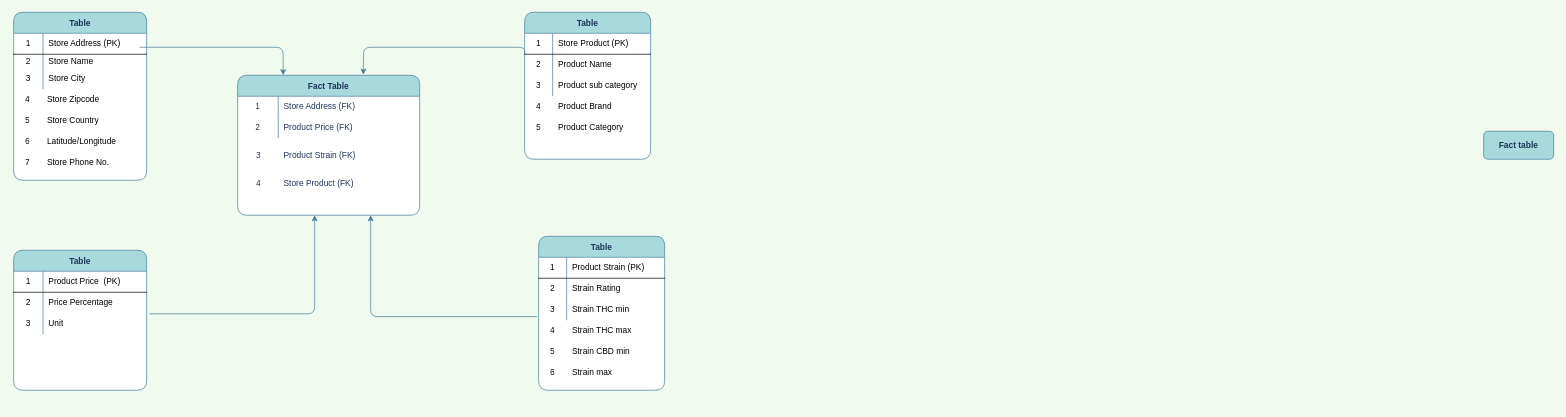
shellys014/Leafly-weed keeps this draw.io diagram as Star schema.drawio. Above is the earlier version. Source tidied: cells renumbered, new cells numbered last; positions are measured from the earlier drawing's top-left corner, leaving out a move shared by most shapes. Both pictures are drawn from the tidied source at 70%, with x=0, y=0 at pixel (13, 12).
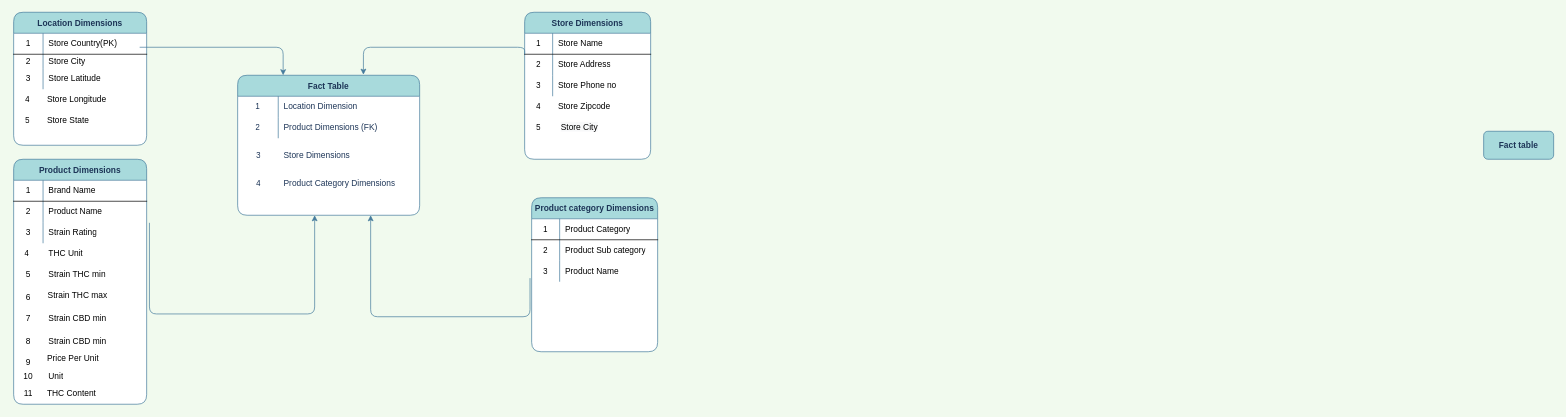
Above is the later version.

The change refers to these unchanged cells:
```xml
<mxCell id="4" style="shape=partialRectangle;html=1;whiteSpace=wrap;fillColor=none;top=0;left=0;bottom=0;right=0;strokeColor=#457B9D;fontColor=#1D3557;rounded=1;" parent="3" vertex="1">
  <mxGeometry y="30" width="260" height="30" as="geometry" />
</mxCell>
<mxCell id="7" style="shape=partialRectangle;html=1;whiteSpace=wrap;fillColor=none;top=0;left=0;bottom=0;right=0;strokeColor=#457B9D;fontColor=#1D3557;rounded=1;" parent="3" vertex="1">
  <mxGeometry y="60" width="260" height="30" as="geometry" />
</mxCell>
<mxCell id="15" style="shape=partialRectangle;html=1;whiteSpace=wrap;fillColor=none;top=0;left=0;bottom=1;right=0;" parent="14" vertex="1">
  <mxGeometry y="30" width="190" height="30" as="geometry" />
</mxCell>
<mxCell id="18" style="shape=partialRectangle;html=1;whiteSpace=wrap;fillColor=none;top=0;left=0;bottom=0;right=0;" parent="14" vertex="1">
  <mxGeometry y="60" width="190" height="20" as="geometry" />
</mxCell>
<mxCell id="21" style="shape=partialRectangle;html=1;whiteSpace=wrap;fillColor=none;top=0;left=0;bottom=0;right=0;" parent="14" vertex="1">
  <mxGeometry y="80" width="190" height="30" as="geometry" />
</mxCell>
<mxCell id="25" style="shape=partialRectangle;html=1;whiteSpace=wrap;fillColor=none;top=0;left=0;bottom=1;right=0;" parent="24" vertex="1">
  <mxGeometry y="30" width="190" height="30" as="geometry" />
</mxCell>
<mxCell id="28" style="shape=partialRectangle;html=1;whiteSpace=wrap;fillColor=none;top=0;left=0;bottom=0;right=0;" parent="24" vertex="1">
  <mxGeometry y="60" width="190" height="30" as="geometry" />
</mxCell>
<mxCell id="31" style="shape=partialRectangle;html=1;whiteSpace=wrap;fillColor=none;top=0;left=0;bottom=0;right=0;points=[[0,0.5],[1,0.5]];portConstraint=eastwest;" parent="24" vertex="1">
  <mxGeometry y="90" width="190" height="30" as="geometry" />
</mxCell>
<mxCell id="35" style="shape=partialRectangle;html=1;whiteSpace=wrap;fillColor=none;top=0;left=0;bottom=1;right=0;" parent="34" vertex="1">
  <mxGeometry y="30" width="180" height="30" as="geometry" />
</mxCell>
<mxCell id="38" style="shape=partialRectangle;html=1;whiteSpace=wrap;fillColor=none;top=0;left=0;bottom=0;right=0;" parent="34" vertex="1">
  <mxGeometry y="60" width="180" height="30" as="geometry" />
</mxCell>
<mxCell id="41" style="shape=partialRectangle;html=1;whiteSpace=wrap;fillColor=none;top=0;left=0;bottom=0;right=0;points=[[0,0.5],[1,0.5]];portConstraint=eastwest;" parent="34" vertex="1">
  <mxGeometry y="90" width="180" height="30" as="geometry" />
</mxCell>
<mxCell id="45" style="shape=partialRectangle;html=1;whiteSpace=wrap;fillColor=none;top=0;left=0;bottom=1;right=0;" parent="44" vertex="1">
  <mxGeometry y="30" width="180" height="30" as="geometry" />
</mxCell>
<mxCell id="48" style="shape=partialRectangle;html=1;whiteSpace=wrap;fillColor=none;top=0;left=0;bottom=0;right=0;" parent="44" vertex="1">
  <mxGeometry y="60" width="180" height="30" as="geometry" />
</mxCell>
<mxCell id="51" style="shape=partialRectangle;html=1;whiteSpace=wrap;fillColor=none;top=0;left=0;bottom=0;right=0;" parent="44" vertex="1">
  <mxGeometry y="90" width="180" height="30" as="geometry" />
</mxCell>
```

Diff of the diagram source:
```diff
@@
-    <mxCell id="6" value="Store Address (FK)" style="shape=partialRectangle;html=1;whiteSpace=wrap;fillColor=none;top=0;left=0;bottom=0;right=0;align=left;spacingLeft=6;overflow=hidden;strokeColor=#457B9D;fontColor=#1D3557;rounded=1;" parent="4" vertex="1">
+    <mxCell id="6" value="Location Dimension" style="shape=partialRectangle;html=1;whiteSpace=wrap;fillColor=none;top=0;left=0;bottom=0;right=0;align=left;spacingLeft=6;overflow=hidden;strokeColor=#457B9D;fontColor=#1D3557;rounded=1;" parent="4" vertex="1">
       <mxGeometry x="58" width="202" height="30" as="geometry" />
     </mxCell>
@@
-    <mxCell id="9" value="Product Price (FK)" style="shape=partialRectangle;html=1;whiteSpace=wrap;fillColor=none;top=0;left=0;bottom=0;right=0;align=left;spacingLeft=6;overflow=hidden;strokeColor=#457B9D;fontColor=#1D3557;rounded=1;" parent="7" vertex="1">
+    <mxCell id="9" value="Product Dimensions (FK)" style="shape=partialRectangle;html=1;whiteSpace=wrap;fillColor=none;top=0;left=0;bottom=0;right=0;align=left;spacingLeft=6;overflow=hidden;strokeColor=#457B9D;fontColor=#1D3557;rounded=1;" parent="7" vertex="1">
       <mxGeometry x="58" width="202" height="30" as="geometry" />
     </mxCell>
@@
-    <mxCell id="11" value="Product Strain (FK)" style="shape=partialRectangle;html=1;whiteSpace=wrap;fillColor=none;top=0;left=0;bottom=0;right=0;align=left;spacingLeft=6;overflow=hidden;strokeColor=#457B9D;fontColor=#1D3557;rounded=1;" parent="1" vertex="1">
+    <mxCell id="11" value="Store Dimensions" style="shape=partialRectangle;html=1;whiteSpace=wrap;fillColor=none;top=0;left=0;bottom=0;right=0;align=left;spacingLeft=6;overflow=hidden;strokeColor=#457B9D;fontColor=#1D3557;rounded=1;" parent="1" vertex="1">
       <mxGeometry x="378" y="190" width="202" height="30" as="geometry" />
     </mxCell>
-    <mxCell id="12" value="Store Product (FK)" style="shape=partialRectangle;html=1;whiteSpace=wrap;fillColor=none;top=0;left=0;bottom=0;right=0;align=left;spacingLeft=6;overflow=hidden;strokeColor=#457B9D;fontColor=#1D3557;rounded=1;" parent="1" vertex="1">
+    <mxCell id="12" value="Product Category Dimensions" style="shape=partialRectangle;html=1;whiteSpace=wrap;fillColor=none;top=0;left=0;bottom=0;right=0;align=left;spacingLeft=6;overflow=hidden;strokeColor=#457B9D;fontColor=#1D3557;rounded=1;" parent="1" vertex="1">
       <mxGeometry x="378" y="230" width="202" height="30" as="geometry" />
     </mxCell>
@@
-    <mxCell id="14" value="Table" style="shape=table;startSize=30;childLayout=tableLayout;rowLines=0;fontStyle=1;align=center;rounded=1;fontColor=#1D3557;strokeColor=#457B9D;fillColor=#A8DADC;swimlaneFillColor=#ffffff;" parent="1" vertex="1">
-      <mxGeometry width="190" height="240" as="geometry" />
+    <mxCell id="14" value="Location Dimensions" style="shape=table;startSize=30;childLayout=tableLayout;rowLines=0;fontStyle=1;align=center;rounded=1;fontColor=#1D3557;strokeColor=#457B9D;fillColor=#A8DADC;swimlaneFillColor=#ffffff;" parent="1" vertex="1">
+      <mxGeometry width="190" height="190" as="geometry" />
     </mxCell>
@@
-    <mxCell id="17" value="Store Address (PK)" style="shape=partialRectangle;html=1;whiteSpace=wrap;fillColor=none;top=0;left=0;bottom=0;right=0;align=left;spacingLeft=6;overflow=hidden;" parent="15" vertex="1">
+    <mxCell id="17" value="Store Country(PK)" style="shape=partialRectangle;html=1;whiteSpace=wrap;fillColor=none;top=0;left=0;bottom=0;right=0;align=left;spacingLeft=6;overflow=hidden;" parent="15" vertex="1">
       <mxGeometry x="42" width="148" height="30" as="geometry" />
     </mxCell>
@@
-    <mxCell id="20" value="Store Name" style="shape=partialRectangle;html=1;whiteSpace=wrap;fillColor=none;top=0;left=0;bottom=0;right=0;align=left;spacingLeft=6;overflow=hidden;" parent="18" vertex="1">
+    <mxCell id="20" value="Store City" style="shape=partialRectangle;html=1;whiteSpace=wrap;fillColor=none;top=0;left=0;bottom=0;right=0;align=left;spacingLeft=6;overflow=hidden;" parent="18" vertex="1">
       <mxGeometry x="42" width="148" height="20" as="geometry" />
     </mxCell>
@@
-    <mxCell id="23" value="Store City" style="shape=partialRectangle;html=1;whiteSpace=wrap;fillColor=none;top=0;left=0;bottom=0;right=0;align=left;spacingLeft=6;overflow=hidden;" parent="21" vertex="1">
+    <mxCell id="23" value="Store Latitude" style="shape=partialRectangle;html=1;whiteSpace=wrap;fillColor=none;top=0;left=0;bottom=0;right=0;align=left;spacingLeft=6;overflow=hidden;" parent="21" vertex="1">
       <mxGeometry x="42" width="148" height="30" as="geometry" />
     </mxCell>
-    <mxCell id="24" value="Table" style="shape=table;startSize=30;childLayout=tableLayout;rowLines=0;fontStyle=1;align=center;rounded=1;fontColor=#1D3557;strokeColor=#457B9D;fillColor=#A8DADC;swimlaneFillColor=#ffffff;" parent="1" vertex="1">
-      <mxGeometry y="340" width="190" height="200" as="geometry" />
+    <mxCell id="24" value="Product Dimensions" style="shape=table;startSize=30;childLayout=tableLayout;rowLines=0;fontStyle=1;align=center;rounded=1;fontColor=#1D3557;strokeColor=#457B9D;fillColor=#A8DADC;swimlaneFillColor=#ffffff;" parent="1" vertex="1">
+      <mxGeometry y="210" width="190" height="350" as="geometry" />
     </mxCell>
@@
-    <mxCell id="27" value="Product Price&amp;nbsp; (PK)" style="shape=partialRectangle;html=1;whiteSpace=wrap;fillColor=none;top=0;left=0;bottom=0;right=0;align=left;spacingLeft=6;overflow=hidden;" parent="25" vertex="1">
+    <mxCell id="27" value="Brand Name" style="shape=partialRectangle;html=1;whiteSpace=wrap;fillColor=none;top=0;left=0;bottom=0;right=0;align=left;spacingLeft=6;overflow=hidden;" parent="25" vertex="1">
       <mxGeometry x="42" width="148" height="30" as="geometry" />
     </mxCell>
@@
-    <mxCell id="30" value="Price Percentage" style="shape=partialRectangle;html=1;whiteSpace=wrap;fillColor=none;top=0;left=0;bottom=0;right=0;align=left;spacingLeft=6;overflow=hidden;" parent="28" vertex="1">
+    <mxCell id="30" value="Product Name" style="shape=partialRectangle;html=1;whiteSpace=wrap;fillColor=none;top=0;left=0;bottom=0;right=0;align=left;spacingLeft=6;overflow=hidden;" parent="28" vertex="1">
       <mxGeometry x="42" width="148" height="30" as="geometry" />
     </mxCell>
@@
-    <mxCell id="33" value="Unit" style="shape=partialRectangle;html=1;whiteSpace=wrap;fillColor=none;top=0;left=0;bottom=0;right=0;align=left;spacingLeft=6;overflow=hidden;" parent="31" vertex="1">
+    <mxCell id="33" value="Strain Rating" style="shape=partialRectangle;html=1;whiteSpace=wrap;fillColor=none;top=0;left=0;bottom=0;right=0;align=left;spacingLeft=6;overflow=hidden;" parent="31" vertex="1">
       <mxGeometry x="42" width="148" height="30" as="geometry" />
     </mxCell>
-    <mxCell id="34" value="Table" style="shape=table;startSize=30;childLayout=tableLayout;rowLines=0;fontStyle=1;align=center;rounded=1;fontColor=#1D3557;strokeColor=#457B9D;fillColor=#A8DADC;swimlaneFillColor=#ffffff;" parent="1" vertex="1">
-      <mxGeometry x="750" y="320" width="180" height="220" as="geometry" />
+    <mxCell id="34" value="Product category Dimensions" style="shape=table;startSize=30;childLayout=tableLayout;rowLines=0;fontStyle=1;align=center;rounded=1;fontColor=#1D3557;strokeColor=#457B9D;fillColor=#A8DADC;swimlaneFillColor=#ffffff;" parent="1" vertex="1">
+      <mxGeometry x="740" y="265" width="180" height="220" as="geometry" />
     </mxCell>
@@
-    <mxCell id="37" value="Product Strain (PK)" style="shape=partialRectangle;html=1;whiteSpace=wrap;fillColor=none;top=0;left=0;bottom=0;right=0;align=left;spacingLeft=6;overflow=hidden;" parent="35" vertex="1">
+    <mxCell id="37" value="Product Category" style="shape=partialRectangle;html=1;whiteSpace=wrap;fillColor=none;top=0;left=0;bottom=0;right=0;align=left;spacingLeft=6;overflow=hidden;" parent="35" vertex="1">
       <mxGeometry x="40" width="140" height="30" as="geometry" />
     </mxCell>
@@
-    <mxCell id="40" value="Strain Rating" style="shape=partialRectangle;html=1;whiteSpace=wrap;fillColor=none;top=0;left=0;bottom=0;right=0;align=left;spacingLeft=6;overflow=hidden;" parent="38" vertex="1">
+    <mxCell id="40" value="Product Sub category" style="shape=partialRectangle;html=1;whiteSpace=wrap;fillColor=none;top=0;left=0;bottom=0;right=0;align=left;spacingLeft=6;overflow=hidden;" parent="38" vertex="1">
       <mxGeometry x="40" width="140" height="30" as="geometry" />
     </mxCell>
@@
-    <mxCell id="43" value="Strain THC min" style="shape=partialRectangle;html=1;whiteSpace=wrap;fillColor=none;top=0;left=0;bottom=0;right=0;align=left;spacingLeft=6;overflow=hidden;" parent="41" vertex="1">
+    <mxCell id="43" value="Product Name" style="shape=partialRectangle;html=1;whiteSpace=wrap;fillColor=none;top=0;left=0;bottom=0;right=0;align=left;spacingLeft=6;overflow=hidden;" parent="41" vertex="1">
       <mxGeometry x="40" width="140" height="30" as="geometry" />
     </mxCell>
-    <mxCell id="44" value="Table" style="shape=table;startSize=30;childLayout=tableLayout;rowLines=0;fontStyle=1;align=center;rounded=1;fontColor=#1D3557;strokeColor=#457B9D;fillColor=#A8DADC;swimlaneFillColor=#ffffff;" parent="1" vertex="1">
+    <mxCell id="44" value="Store Dimensions" style="shape=table;startSize=30;childLayout=tableLayout;rowLines=0;fontStyle=1;align=center;rounded=1;fontColor=#1D3557;strokeColor=#457B9D;fillColor=#A8DADC;swimlaneFillColor=#ffffff;" parent="1" vertex="1">
       <mxGeometry x="730" width="180" height="210" as="geometry" />
     </mxCell>
@@
-    <mxCell id="47" value="Store Product (PK)" style="shape=partialRectangle;html=1;whiteSpace=wrap;fillColor=none;top=0;left=0;bottom=0;right=0;align=left;spacingLeft=6;overflow=hidden;" parent="45" vertex="1">
+    <mxCell id="47" value="Store Name" style="shape=partialRectangle;html=1;whiteSpace=wrap;fillColor=none;top=0;left=0;bottom=0;right=0;align=left;spacingLeft=6;overflow=hidden;" parent="45" vertex="1">
       <mxGeometry x="40" width="140" height="30" as="geometry" />
     </mxCell>
@@
-    <mxCell id="50" value="Product Name" style="shape=partialRectangle;html=1;whiteSpace=wrap;fillColor=none;top=0;left=0;bottom=0;right=0;align=left;spacingLeft=6;overflow=hidden;" parent="48" vertex="1">
+    <mxCell id="50" value="Store Address" style="shape=partialRectangle;html=1;whiteSpace=wrap;fillColor=none;top=0;left=0;bottom=0;right=0;align=left;spacingLeft=6;overflow=hidden;" parent="48" vertex="1">
       <mxGeometry x="40" width="140" height="30" as="geometry" />
     </mxCell>
@@
-    <mxCell id="53" value="Product sub category" style="shape=partialRectangle;html=1;whiteSpace=wrap;fillColor=none;top=0;left=0;bottom=0;right=0;align=left;spacingLeft=6;overflow=hidden;" parent="51" vertex="1">
+    <mxCell id="53" value="Store Phone no" style="shape=partialRectangle;html=1;whiteSpace=wrap;fillColor=none;top=0;left=0;bottom=0;right=0;align=left;spacingLeft=6;overflow=hidden;" parent="51" vertex="1">
       <mxGeometry x="40" width="140" height="30" as="geometry" />
     </mxCell>
@@
-    <mxCell id="58" value="Store Zipcode" style="shape=partialRectangle;html=1;whiteSpace=wrap;fillColor=none;top=0;left=0;bottom=0;right=0;align=left;spacingLeft=6;overflow=hidden;" parent="1" vertex="1">
+    <mxCell id="58" value="Store Longitude" style="shape=partialRectangle;html=1;whiteSpace=wrap;fillColor=none;top=0;left=0;bottom=0;right=0;align=left;spacingLeft=6;overflow=hidden;" parent="1" vertex="1">
       <mxGeometry x="40" y="110" width="140" height="30" as="geometry" />
     </mxCell>
-    <mxCell id="59" value="Store Country" style="shape=partialRectangle;html=1;whiteSpace=wrap;fillColor=none;top=0;left=0;bottom=0;right=0;align=left;spacingLeft=6;overflow=hidden;" parent="1" vertex="1">
+    <mxCell id="59" value="Store State" style="shape=partialRectangle;html=1;whiteSpace=wrap;fillColor=none;top=0;left=0;bottom=0;right=0;align=left;spacingLeft=6;overflow=hidden;" parent="1" vertex="1">
       <mxGeometry x="40" y="140" width="140" height="30" as="geometry" />
     </mxCell>
-    <mxCell id="60" value="Latitude/Longitude" style="shape=partialRectangle;html=1;whiteSpace=wrap;fillColor=none;top=0;left=0;bottom=0;right=0;align=left;spacingLeft=6;overflow=hidden;" parent="1" vertex="1">
-      <mxGeometry x="40" y="170" width="140" height="30" as="geometry" />
-    </mxCell>
-    <mxCell id="61" value="Product Brand" style="shape=partialRectangle;html=1;whiteSpace=wrap;fillColor=none;top=0;left=0;bottom=0;right=0;align=left;spacingLeft=6;overflow=hidden;" parent="1" vertex="1">
+    <mxCell id="61" value="Store Zipcode" style="shape=partialRectangle;html=1;whiteSpace=wrap;fillColor=none;top=0;left=0;bottom=0;right=0;align=left;spacingLeft=6;overflow=hidden;" parent="1" vertex="1">
       <mxGeometry x="770" y="120" width="140" height="30" as="geometry" />
     </mxCell>
-    <mxCell id="62" value="Product Category" style="shape=partialRectangle;html=1;whiteSpace=wrap;fillColor=none;top=0;left=0;bottom=0;right=0;align=left;spacingLeft=6;overflow=hidden;" parent="1" vertex="1">
-      <mxGeometry x="770" y="150" width="140" height="30" as="geometry" />
-    </mxCell>
-    <mxCell id="63" value="Store Phone No." style="shape=partialRectangle;html=1;whiteSpace=wrap;fillColor=none;top=0;left=0;bottom=0;right=0;align=left;spacingLeft=6;overflow=hidden;" parent="1" vertex="1">
-      <mxGeometry x="40" y="200" width="140" height="30" as="geometry" />
-    </mxCell>
-    <mxCell id="64" value="Strain THC max" style="shape=partialRectangle;html=1;whiteSpace=wrap;fillColor=none;top=0;left=0;bottom=0;right=0;align=left;spacingLeft=6;overflow=hidden;" parent="1" vertex="1">
-      <mxGeometry x="790" y="440" width="140" height="30" as="geometry" />
-    </mxCell>
-    <mxCell id="65" value="Strain CBD min" style="shape=partialRectangle;html=1;whiteSpace=wrap;fillColor=none;top=0;left=0;bottom=0;right=0;align=left;spacingLeft=6;overflow=hidden;" parent="1" vertex="1">
-      <mxGeometry x="790" y="470" width="140" height="30" as="geometry" />
-    </mxCell>
-    <mxCell id="66" value="Strain max" style="shape=partialRectangle;html=1;whiteSpace=wrap;fillColor=none;top=0;left=0;bottom=0;right=0;align=left;spacingLeft=6;overflow=hidden;" parent="1" vertex="1">
-      <mxGeometry x="790" y="500" width="140" height="30" as="geometry" />
-    </mxCell>
-    <mxCell id="67" value="4" style="shape=partialRectangle;html=1;whiteSpace=wrap;fillColor=none;top=0;left=0;bottom=0;right=0;overflow=hidden;" parent="1" vertex="1">
-      <mxGeometry x="750" y="440" width="40" height="30" as="geometry" />
-    </mxCell>
-    <mxCell id="68" value="5" style="shape=partialRectangle;html=1;whiteSpace=wrap;fillColor=none;top=0;left=0;bottom=0;right=0;overflow=hidden;" parent="1" vertex="1">
-      <mxGeometry x="750" y="470" width="40" height="30" as="geometry" />
-    </mxCell>
-    <mxCell id="69" value="6" style="shape=partialRectangle;html=1;whiteSpace=wrap;fillColor=none;top=0;left=0;bottom=0;right=0;overflow=hidden;" parent="1" vertex="1">
-      <mxGeometry x="750" y="500" width="40" height="30" as="geometry" />
-    </mxCell>
@@
-    <mxCell id="74" value="6" style="shape=partialRectangle;html=1;whiteSpace=wrap;fillColor=none;top=0;left=0;bottom=0;right=0;overflow=hidden;" parent="1" vertex="1">
-      <mxGeometry y="170" width="40" height="30" as="geometry" />
-    </mxCell>
+    <mxCell id="76" value="&lt;span style=&quot;color: rgb(0, 0, 0); font-family: helvetica; font-size: 12px; font-style: normal; font-weight: 400; letter-spacing: normal; text-align: left; text-indent: 0px; text-transform: none; word-spacing: 0px; background-color: rgb(248, 249, 250); display: inline; float: none;&quot;&gt;Store City&lt;/span&gt;" style="text;whiteSpace=wrap;html=1;" parent="1" vertex="1">
+      <mxGeometry x="780" y="150" width="120" height="30" as="geometry" />
+    </mxCell>
+    <mxCell id="77" value="Strain THC min" style="shape=partialRectangle;html=1;whiteSpace=wrap;fillColor=none;top=0;left=0;bottom=0;right=0;align=left;spacingLeft=6;overflow=hidden;" parent="1" vertex="1">
+      <mxGeometry x="42" y="360" width="148" height="30" as="geometry" />
+    </mxCell>
+    <mxCell id="64" value="Strain THC max" style="shape=partialRectangle;html=1;whiteSpace=wrap;fillColor=none;top=0;left=0;bottom=0;right=0;align=left;spacingLeft=6;overflow=hidden;" parent="1" vertex="1">
+      <mxGeometry x="41" y="390" width="148" height="30" as="geometry" />
+    </mxCell>
+    <mxCell id="78" value="Strain CBD min" style="shape=partialRectangle;html=1;whiteSpace=wrap;fillColor=none;top=0;left=0;bottom=0;right=0;align=left;spacingLeft=6;overflow=hidden;" parent="1" vertex="1">
+      <mxGeometry x="42" y="425" width="148" height="25" as="geometry" />
+    </mxCell>
+    <mxCell id="79" value="Strain CBD min" style="shape=partialRectangle;html=1;whiteSpace=wrap;fillColor=none;top=0;left=0;bottom=0;right=0;align=left;spacingLeft=6;overflow=hidden;" parent="1" vertex="1">
+      <mxGeometry x="42" y="460" width="148" height="20" as="geometry" />
+    </mxCell>
+    <mxCell id="68" value="5" style="shape=partialRectangle;html=1;whiteSpace=wrap;fillColor=none;top=0;left=0;bottom=0;right=0;overflow=hidden;" parent="1" vertex="1">
+      <mxGeometry y="357.5" width="42" height="35" as="geometry" />
+    </mxCell>
+    <mxCell id="80" value="8" style="shape=partialRectangle;html=1;whiteSpace=wrap;fillColor=none;top=0;left=0;bottom=0;right=0;overflow=hidden;" parent="1" vertex="1">
+      <mxGeometry y="455" width="42" height="30" as="geometry" />
+    </mxCell>
+    <mxCell id="81" value="6" style="shape=partialRectangle;html=1;whiteSpace=wrap;fillColor=none;top=0;left=0;bottom=0;right=0;overflow=hidden;" parent="1" vertex="1">
+      <mxGeometry y="392.5" width="42" height="30" as="geometry" />
+    </mxCell>
     <mxCell id="75" value="7" style="shape=partialRectangle;html=1;whiteSpace=wrap;fillColor=none;top=0;left=0;bottom=0;right=0;overflow=hidden;" parent="1" vertex="1">
-      <mxGeometry y="200" width="40" height="30" as="geometry" />
+      <mxGeometry y="422.5" width="42" height="30" as="geometry" />
     </mxCell>
+    <mxCell id="82" value="Price Per Unit" style="shape=partialRectangle;html=1;whiteSpace=wrap;fillColor=none;top=0;left=0;bottom=0;right=0;align=left;spacingLeft=6;overflow=hidden;" parent="1" vertex="1">
+      <mxGeometry x="40" y="480" width="148" height="30" as="geometry" />
+    </mxCell>
+    <mxCell id="83" value="Unit" style="shape=partialRectangle;html=1;whiteSpace=wrap;fillColor=none;top=0;left=0;bottom=0;right=0;align=left;spacingLeft=6;overflow=hidden;" parent="1" vertex="1">
+      <mxGeometry x="42" y="510" width="148" height="20" as="geometry" />
+    </mxCell>
+    <mxCell id="84" value="THC Unit" style="shape=partialRectangle;html=1;whiteSpace=wrap;fillColor=none;top=0;left=0;bottom=0;right=0;align=left;spacingLeft=6;overflow=hidden;" parent="1" vertex="1">
+      <mxGeometry x="42" y="330" width="148" height="30" as="geometry" />
+    </mxCell>
+    <mxCell id="85" value="THC Content" style="shape=partialRectangle;html=1;whiteSpace=wrap;fillColor=none;top=0;left=0;bottom=0;right=0;align=left;spacingLeft=6;overflow=hidden;" parent="1" vertex="1">
+      <mxGeometry x="40" y="530" width="148" height="30" as="geometry" />
+    </mxCell>
+    <mxCell id="67" value="4" style="shape=partialRectangle;html=1;whiteSpace=wrap;fillColor=none;top=0;left=0;bottom=0;right=0;overflow=hidden;" parent="1" vertex="1">
+      <mxGeometry x="-2" y="330" width="42" height="30" as="geometry" />
+    </mxCell>
+    <mxCell id="86" value="9" style="shape=partialRectangle;html=1;whiteSpace=wrap;fillColor=none;top=0;left=0;bottom=0;right=0;overflow=hidden;" parent="1" vertex="1">
+      <mxGeometry y="485" width="42" height="30" as="geometry" />
+    </mxCell>
+    <mxCell id="87" value="10" style="shape=partialRectangle;html=1;whiteSpace=wrap;fillColor=none;top=0;left=0;bottom=0;right=0;overflow=hidden;" parent="1" vertex="1">
+      <mxGeometry y="510" width="42" height="20" as="geometry" />
+    </mxCell>
+    <mxCell id="88" value="11" style="shape=partialRectangle;html=1;whiteSpace=wrap;fillColor=none;top=0;left=0;bottom=0;right=0;overflow=hidden;" parent="1" vertex="1">
+      <mxGeometry y="530" width="42" height="30" as="geometry" />
+    </mxCell>
```
